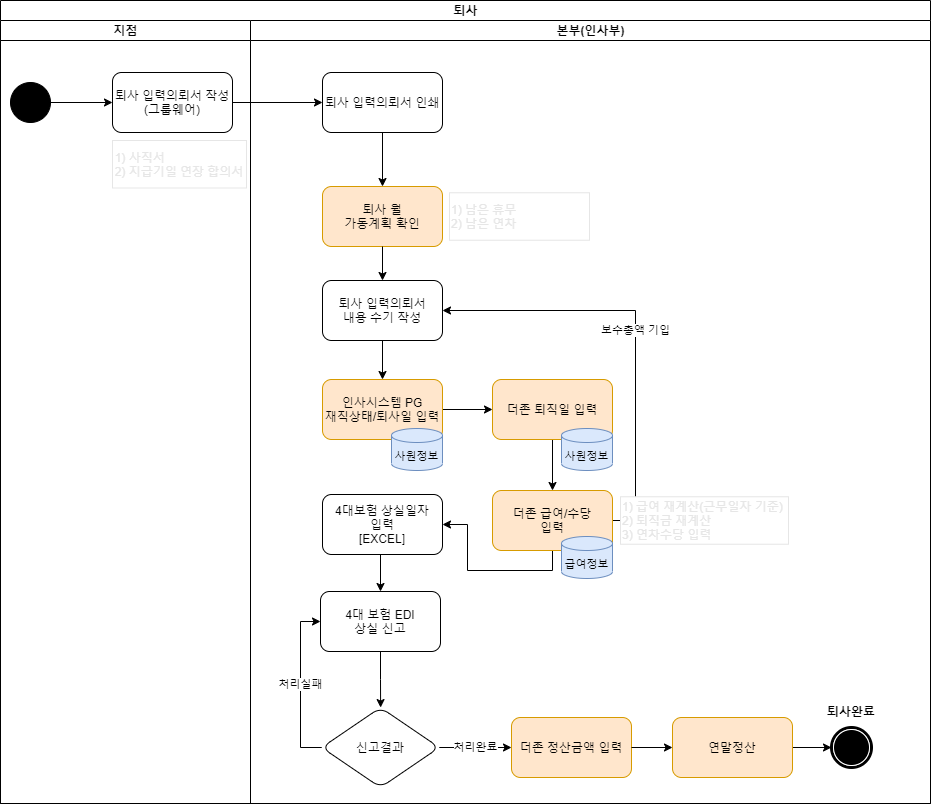
seunggeunjo/Flow-Chart keeps this draw.io diagram as Insa_Resignation.drawio의 복사본.png. Above is the earlier version. Source tidied: cells renumbered, new cells last; positions are measured from the earlier drawing's top-left corner, leaving out a move shared by most shapes.
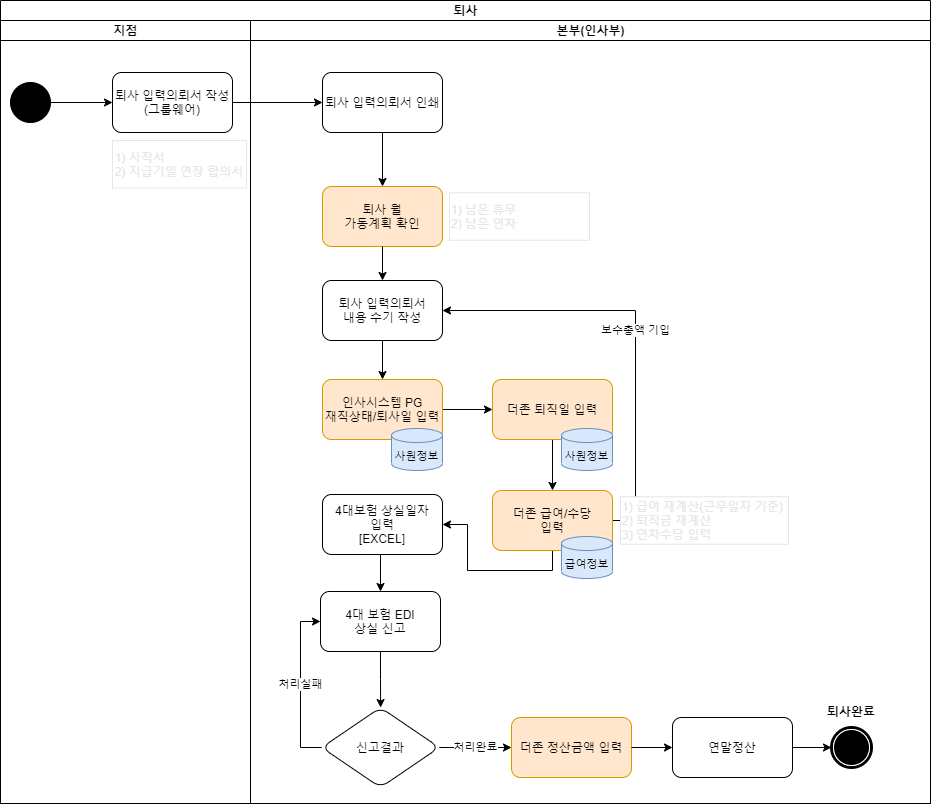
After the change.

Commit message:
Insa_Resignation.drawio의 복사본.png 업데이트

Diff of the diagram source:
```diff
@@ -125,7 +125,7 @@
     <mxCell id="38" style="edgeStyle=orthogonalEdgeStyle;rounded=0;jettySize=auto;html=1;exitX=1;exitY=0.5;exitDx=0;exitDy=0;entryX=0;entryY=0.5;entryDx=0;entryDy=0;fontColor=#000000;" parent="9" edge="1" source="39" target="36">
       <mxGeometry relative="1" as="geometry" />
     </mxCell>
-    <mxCell id="39" value="연말정산" style="whiteSpace=wrap;html=1;rounded=1;strokeColor=#d79b00;fillColor=#ffe6cc;" parent="9" vertex="1">
+    <mxCell id="39" value="연말정산" style="whiteSpace=wrap;html=1;rounded=1;" parent="9" vertex="1">
       <mxGeometry x="422" y="697" width="120" height="60" as="geometry" />
     </mxCell>
     <mxCell id="40" style="edgeStyle=orthogonalEdgeStyle;rounded=0;jettySize=auto;html=1;fontColor=#000000;" parent="9" edge="1" source="32" target="39">
```
